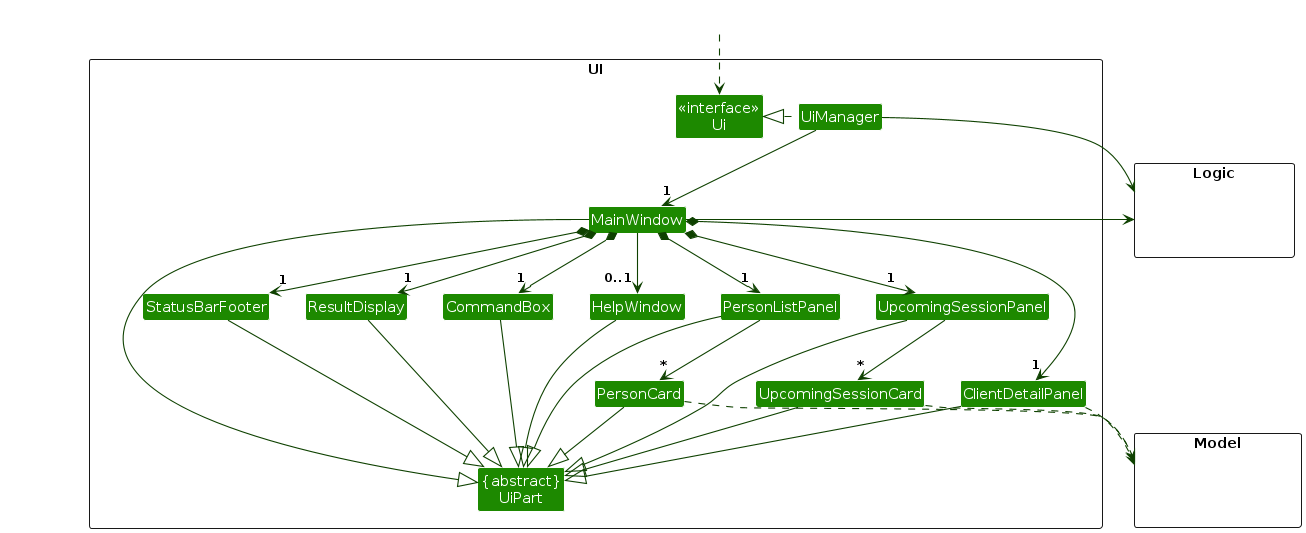
Earlier version of the PlantUML export diagrams/UiClassDiagram.png (AY2627S1-CS2103T-F14a-2/tp). Its source is kept beside it as diagrams/UiClassDiagram.puml.
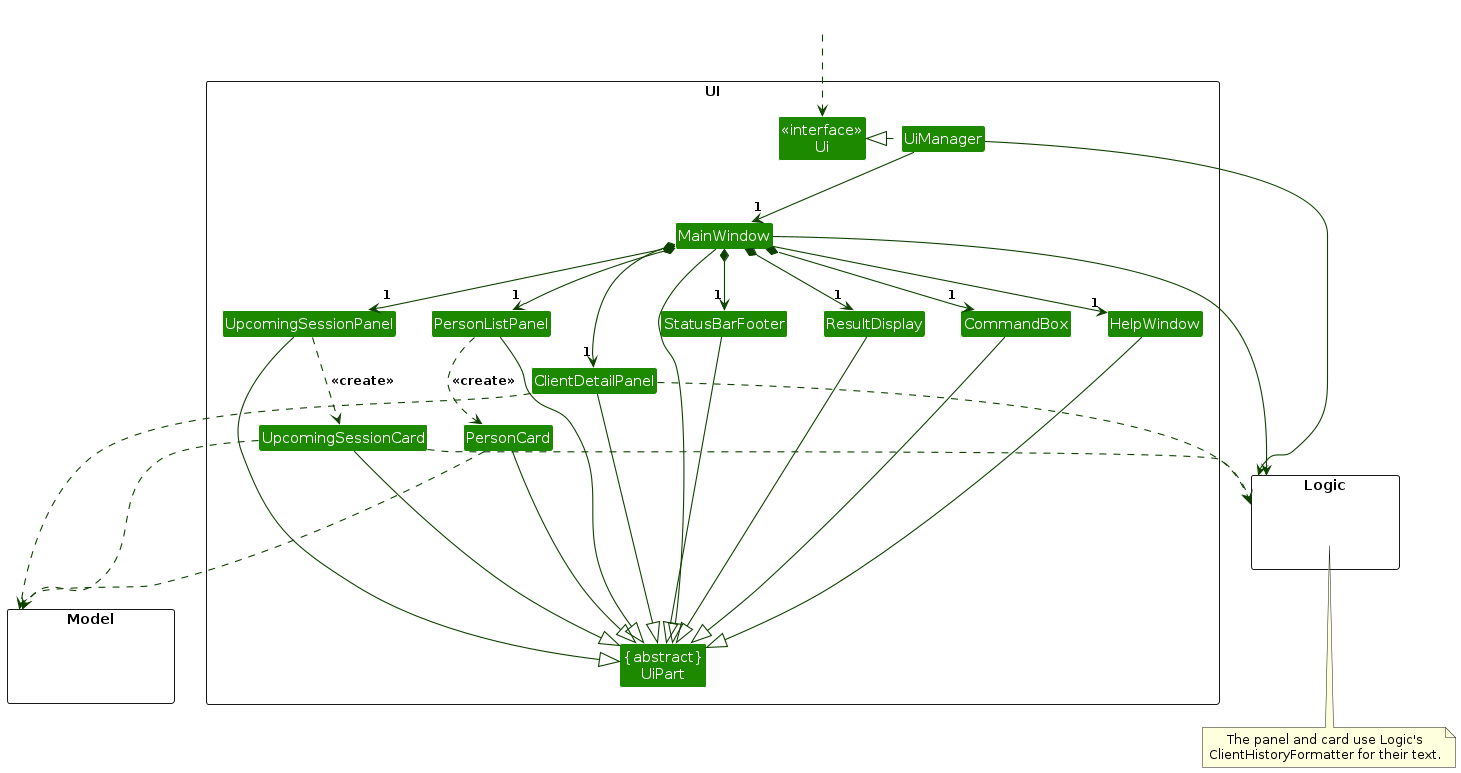
After the commit.

The edit, as a diff of the source:
```diff
@@ -39,10 +39,10 @@
 MainWindow *-down-> "1" UpcomingSessionPanel
 MainWindow *-down-> "1" ClientDetailPanel
 MainWindow *-down-> "1" StatusBarFooter
-MainWindow --> "0..1" HelpWindow
+MainWindow --> "1" HelpWindow
 
-PersonListPanel -down-> "*" PersonCard
-UpcomingSessionPanel -down-> "*" UpcomingSessionCard
+PersonListPanel .down.> PersonCard : <<create>>
+UpcomingSessionPanel .down.> UpcomingSessionCard : <<create>>
 
 MainWindow -left-|> UiPart
 
@@ -61,6 +61,9 @@
 ClientDetailPanel ..> Model
 UiManager -right-> Logic
 MainWindow -left-> Logic
+ClientDetailPanel ..> Logic
+UpcomingSessionCard ..> Logic
+note bottom of HiddenLogic : The panel and card use Logic's\nClientHistoryFormatter for their text.
 
 PersonListPanel -[hidden]left- HelpWindow
 HelpWindow -[hidden]left- CommandBox
```
